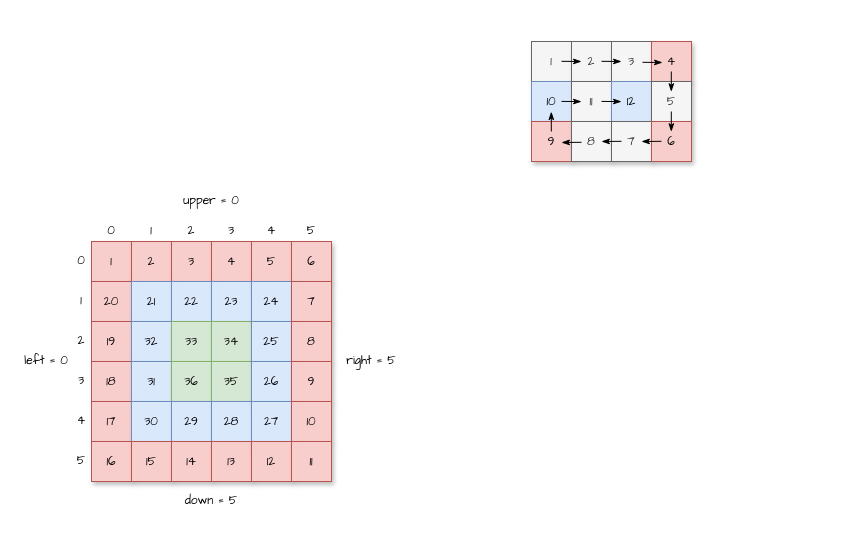
Earlier version of the draw.io diagram draw.io/螺旋矩阵II.drawio (goldknife6/algorithm). Source tidied: cells renumbered, new cells numbered last; positions are measured from the earlier drawing's top-left corner, leaving out a move shared by most shapes. Both pictures are drawn from the tidied source at 100%, with x=0, y=0 at pixel (21, 41).
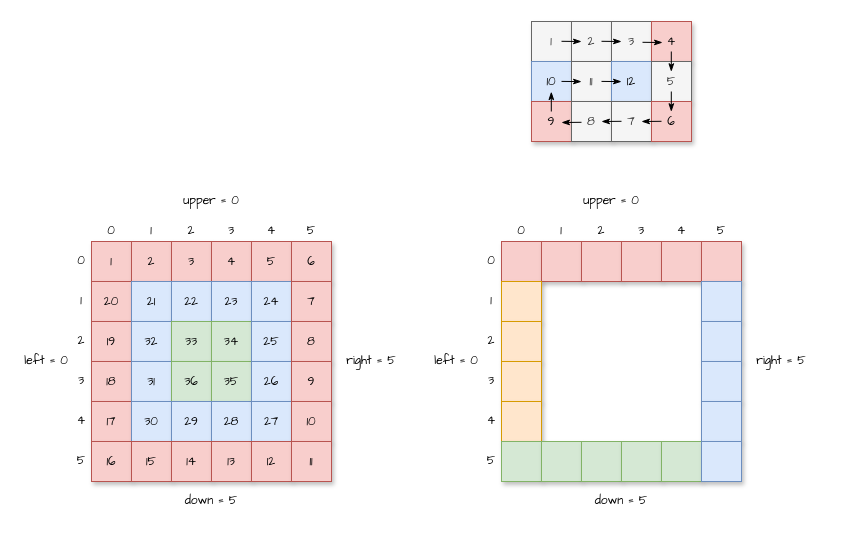
Above is the later version.

Commit message (it also covers changes not shown here):
更新螺旋矩阵II.drawio

Diff of the diagram source:
```diff
@@
     <mxCell id="2" value="&lt;font face=&quot;Comic Sans MS&quot;&gt;1&lt;/font&gt;" style="rounded=0;whiteSpace=wrap;html=1;fillColor=#f5f5f5;fontColor=#333333;strokeColor=#666666;shadow=1;" parent="1" vertex="1">
-      <mxGeometry x="510" width="40" height="40" as="geometry" />
+      <mxGeometry x="510" y="-20" width="40" height="40" as="geometry" />
     </mxCell>
     <mxCell id="3" value="&lt;font face=&quot;Comic Sans MS&quot;&gt;2&lt;/font&gt;" style="rounded=0;whiteSpace=wrap;html=1;fillColor=#f5f5f5;fontColor=#333333;strokeColor=#666666;shadow=1;" parent="1" vertex="1">
-      <mxGeometry x="550" width="40" height="40" as="geometry" />
+      <mxGeometry x="550" y="-20" width="40" height="40" as="geometry" />
     </mxCell>
     <mxCell id="4" value="&lt;font face=&quot;Comic Sans MS&quot;&gt;3&lt;/font&gt;" style="rounded=0;whiteSpace=wrap;html=1;fillColor=#f5f5f5;fontColor=#333333;strokeColor=#666666;shadow=1;" parent="1" vertex="1">
-      <mxGeometry x="590" width="40" height="40" as="geometry" />
+      <mxGeometry x="590" y="-20" width="40" height="40" as="geometry" />
     </mxCell>
     <mxCell id="5" value="&lt;font face=&quot;Comic Sans MS&quot;&gt;4&lt;/font&gt;" style="rounded=0;whiteSpace=wrap;html=1;fillColor=#f8cecc;strokeColor=#b85450;shadow=1;" parent="1" vertex="1">
-      <mxGeometry x="630" width="40" height="40" as="geometry" />
+      <mxGeometry x="630" y="-20" width="40" height="40" as="geometry" />
     </mxCell>
     <mxCell id="6" value="&lt;font face=&quot;Comic Sans MS&quot;&gt;10&lt;/font&gt;" style="rounded=0;whiteSpace=wrap;html=1;fillColor=#dae8fc;strokeColor=#6c8ebf;shadow=1;" parent="1" vertex="1">
-      <mxGeometry x="510" y="40" width="40" height="40" as="geometry" />
+      <mxGeometry x="510" y="20" width="40" height="40" as="geometry" />
     </mxCell>
     <mxCell id="7" value="&lt;font face=&quot;Comic Sans MS&quot;&gt;11&lt;/font&gt;" style="rounded=0;whiteSpace=wrap;html=1;fillColor=#f5f5f5;fontColor=#333333;strokeColor=#666666;shadow=1;" parent="1" vertex="1">
-      <mxGeometry x="550" y="40" width="40" height="40" as="geometry" />
+      <mxGeometry x="550" y="20" width="40" height="40" as="geometry" />
     </mxCell>
     <mxCell id="8" value="&lt;font face=&quot;Comic Sans MS&quot;&gt;12&lt;/font&gt;" style="rounded=0;whiteSpace=wrap;html=1;fillColor=#dae8fc;strokeColor=#6c8ebf;shadow=1;" parent="1" vertex="1">
-      <mxGeometry x="590" y="40" width="40" height="40" as="geometry" />
+      <mxGeometry x="590" y="20" width="40" height="40" as="geometry" />
     </mxCell>
     <mxCell id="9" value="&lt;font face=&quot;Comic Sans MS&quot;&gt;5&lt;/font&gt;" style="rounded=0;whiteSpace=wrap;html=1;fillColor=#f5f5f5;fontColor=#333333;strokeColor=#666666;shadow=1;" parent="1" vertex="1">
-      <mxGeometry x="630" y="40" width="40" height="40" as="geometry" />
+      <mxGeometry x="630" y="20" width="40" height="40" as="geometry" />
     </mxCell>
     <mxCell id="10" value="&lt;font face=&quot;Comic Sans MS&quot;&gt;9&lt;/font&gt;" style="rounded=0;whiteSpace=wrap;html=1;fillColor=#f8cecc;strokeColor=#b85450;shadow=1;" parent="1" vertex="1">
-      <mxGeometry x="510" y="80" width="40" height="40" as="geometry" />
+      <mxGeometry x="510" y="60" width="40" height="40" as="geometry" />
     </mxCell>
     <mxCell id="11" value="&lt;font face=&quot;Comic Sans MS&quot;&gt;8&lt;/font&gt;" style="rounded=0;whiteSpace=wrap;html=1;fillColor=#f5f5f5;fontColor=#333333;strokeColor=#666666;shadow=1;" parent="1" vertex="1">
-      <mxGeometry x="550" y="80" width="40" height="40" as="geometry" />
+      <mxGeometry x="550" y="60" width="40" height="40" as="geometry" />
     </mxCell>
     <mxCell id="12" value="&lt;font face=&quot;Comic Sans MS&quot;&gt;7&lt;/font&gt;" style="rounded=0;whiteSpace=wrap;html=1;fillColor=#f5f5f5;fontColor=#333333;strokeColor=#666666;shadow=1;" parent="1" vertex="1">
-      <mxGeometry x="590" y="80" width="40" height="40" as="geometry" />
+      <mxGeometry x="590" y="60" width="40" height="40" as="geometry" />
     </mxCell>
     <mxCell id="13" value="&lt;font face=&quot;Comic Sans MS&quot;&gt;6&lt;/font&gt;" style="rounded=0;whiteSpace=wrap;html=1;fillColor=#f8cecc;strokeColor=#b85450;shadow=1;" parent="1" vertex="1">
-      <mxGeometry x="630" y="80" width="40" height="40" as="geometry" />
+      <mxGeometry x="630" y="60" width="40" height="40" as="geometry" />
     </mxCell>
     <mxCell id="14" style="endArrow=classicThin;html=1;rounded=0;fontFamily=Comic Sans MS;endFill=1;" parent="1" edge="1">
       <mxGeometry relative="1" as="geometry">
-        <mxPoint x="540" y="19.8" as="sourcePoint" />
-        <mxPoint x="560" y="20" as="targetPoint" />
+        <mxPoint x="540" y="-0.2" as="sourcePoint" />
+        <mxPoint x="560" as="targetPoint" />
       </mxGeometry>
     </mxCell>
     <mxCell id="15" style="endArrow=classicThin;html=1;rounded=0;fontFamily=Comic Sans MS;endFill=1;" parent="1" edge="1">
       <mxGeometry relative="1" as="geometry">
-        <mxPoint x="580" y="19.8" as="sourcePoint" />
-        <mxPoint x="600" y="20" as="targetPoint" />
+        <mxPoint x="580" y="-0.2" as="sourcePoint" />
+        <mxPoint x="600" as="targetPoint" />
       </mxGeometry>
     </mxCell>
     <mxCell id="16" style="endArrow=classicThin;html=1;rounded=0;fontFamily=Comic Sans MS;endFill=1;" parent="1" edge="1">
       <mxGeometry relative="1" as="geometry">
-        <mxPoint x="621" y="20.8" as="sourcePoint" />
-        <mxPoint x="641" y="21" as="targetPoint" />
+        <mxPoint x="621" y="0.8" as="sourcePoint" />
+        <mxPoint x="641" y="1" as="targetPoint" />
       </mxGeometry>
     </mxCell>
     <mxCell id="17" style="endArrow=classicThin;html=1;rounded=0;fontFamily=Comic Sans MS;endFill=1;" parent="1" edge="1">
       <mxGeometry relative="1" as="geometry">
-        <mxPoint x="649.8" y="30" as="sourcePoint" />
-        <mxPoint x="649.8" y="50.2" as="targetPoint" />
+        <mxPoint x="649.8" y="10" as="sourcePoint" />
+        <mxPoint x="649.8" y="30.2" as="targetPoint" />
       </mxGeometry>
     </mxCell>
     <mxCell id="18" style="endArrow=classicThin;html=1;rounded=0;fontFamily=Comic Sans MS;endFill=1;" parent="1" edge="1">
       <mxGeometry relative="1" as="geometry">
-        <mxPoint x="649.8" y="70" as="sourcePoint" />
-        <mxPoint x="649.8" y="90.2" as="targetPoint" />
+        <mxPoint x="649.8" y="50" as="sourcePoint" />
+        <mxPoint x="649.8" y="70.2" as="targetPoint" />
       </mxGeometry>
     </mxCell>
     <mxCell id="19" style="endArrow=classicThin;html=1;rounded=0;fontFamily=Comic Sans MS;endFill=1;" parent="1" edge="1">
       <mxGeometry relative="1" as="geometry">
-        <mxPoint x="640" y="99.8" as="sourcePoint" />
-        <mxPoint x="620" y="100" as="targetPoint" />
+        <mxPoint x="640" y="79.8" as="sourcePoint" />
+        <mxPoint x="620" y="80" as="targetPoint" />
       </mxGeometry>
     </mxCell>
     <mxCell id="20" style="endArrow=classicThin;html=1;rounded=0;fontFamily=Comic Sans MS;endFill=1;" parent="1" edge="1">
       <mxGeometry relative="1" as="geometry">
-        <mxPoint x="600" y="99.8" as="sourcePoint" />
-        <mxPoint x="580" y="100" as="targetPoint" />
+        <mxPoint x="600" y="79.8" as="sourcePoint" />
+        <mxPoint x="580" y="80" as="targetPoint" />
       </mxGeometry>
     </mxCell>
     <mxCell id="21" style="endArrow=classicThin;html=1;rounded=0;fontFamily=Comic Sans MS;endFill=1;" parent="1" edge="1">
       <mxGeometry relative="1" as="geometry">
-        <mxPoint x="560" y="100.8" as="sourcePoint" />
-        <mxPoint x="540" y="101" as="targetPoint" />
+        <mxPoint x="560" y="80.8" as="sourcePoint" />
+        <mxPoint x="540" y="81" as="targetPoint" />
       </mxGeometry>
     </mxCell>
     <mxCell id="22" style="endArrow=classicThin;html=1;rounded=0;fontFamily=Comic Sans MS;endFill=1;" parent="1" edge="1">
       <mxGeometry relative="1" as="geometry">
-        <mxPoint x="529.8" y="90" as="sourcePoint" />
-        <mxPoint x="529.8" y="70.2" as="targetPoint" />
+        <mxPoint x="529.8" y="70" as="sourcePoint" />
+        <mxPoint x="529.8" y="50.2" as="targetPoint" />
       </mxGeometry>
     </mxCell>
     <mxCell id="23" style="endArrow=classicThin;html=1;rounded=0;fontFamily=Comic Sans MS;endFill=1;" parent="1" edge="1">
       <mxGeometry relative="1" as="geometry">
-        <mxPoint x="540" y="59.9" as="sourcePoint" />
-        <mxPoint x="560" y="60.1" as="targetPoint" />
+        <mxPoint x="540" y="39.9" as="sourcePoint" />
+        <mxPoint x="560" y="40.1" as="targetPoint" />
       </mxGeometry>
     </mxCell>
     <mxCell id="24" style="endArrow=classicThin;html=1;rounded=0;fontFamily=Comic Sans MS;endFill=1;" parent="1" edge="1">
       <mxGeometry relative="1" as="geometry">
-        <mxPoint x="580" y="59.9" as="sourcePoint" />
-        <mxPoint x="600" y="60.1" as="targetPoint" />
+        <mxPoint x="580" y="39.9" as="sourcePoint" />
+        <mxPoint x="600" y="40.1" as="targetPoint" />
       </mxGeometry>
     </mxCell>
@@
+    <mxCell id="77" style="rounded=0;whiteSpace=wrap;html=1;fillColor=#f8cecc;strokeColor=#b85450;shadow=1;" parent="1" vertex="1">
+      <mxGeometry x="480" y="200" width="40" height="40" as="geometry" />
+    </mxCell>
+    <mxCell id="78" style="rounded=0;whiteSpace=wrap;html=1;fillColor=#f8cecc;strokeColor=#b85450;shadow=1;" parent="1" vertex="1">
+      <mxGeometry x="520" y="200" width="40" height="40" as="geometry" />
+    </mxCell>
+    <mxCell id="79" style="rounded=0;whiteSpace=wrap;html=1;fillColor=#f8cecc;strokeColor=#b85450;shadow=1;" parent="1" vertex="1">
+      <mxGeometry x="560" y="200" width="40" height="40" as="geometry" />
+    </mxCell>
+    <mxCell id="80" style="rounded=0;whiteSpace=wrap;html=1;fillColor=#f8cecc;strokeColor=#b85450;shadow=1;" parent="1" vertex="1">
+      <mxGeometry x="600" y="200" width="40" height="40" as="geometry" />
+    </mxCell>
+    <mxCell id="81" style="rounded=0;whiteSpace=wrap;html=1;fillColor=#ffe6cc;strokeColor=#d79b00;shadow=1;" parent="1" vertex="1">
+      <mxGeometry x="480" y="240" width="40" height="40" as="geometry" />
+    </mxCell>
+    <mxCell id="82" style="rounded=0;whiteSpace=wrap;html=1;fillColor=#ffe6cc;strokeColor=#d79b00;shadow=1;" parent="1" vertex="1">
+      <mxGeometry x="480" y="280" width="40" height="40" as="geometry" />
+    </mxCell>
+    <mxCell id="83" style="rounded=0;whiteSpace=wrap;html=1;fillColor=#ffe6cc;strokeColor=#d79b00;shadow=1;" parent="1" vertex="1">
+      <mxGeometry x="480" y="320" width="40" height="40" as="geometry" />
+    </mxCell>
+    <mxCell id="84" style="rounded=0;whiteSpace=wrap;html=1;fillColor=#ffe6cc;strokeColor=#d79b00;shadow=1;" parent="1" vertex="1">
+      <mxGeometry x="480" y="360" width="40" height="40" as="geometry" />
+    </mxCell>
+    <mxCell id="85" style="rounded=0;whiteSpace=wrap;html=1;fillColor=#d5e8d4;strokeColor=#82b366;shadow=1;" parent="1" vertex="1">
+      <mxGeometry x="480" y="400" width="40" height="40" as="geometry" />
+    </mxCell>
+    <mxCell id="86" style="rounded=0;whiteSpace=wrap;html=1;fillColor=#d5e8d4;strokeColor=#82b366;shadow=1;" parent="1" vertex="1">
+      <mxGeometry x="520" y="400" width="40" height="40" as="geometry" />
+    </mxCell>
+    <mxCell id="87" style="rounded=0;whiteSpace=wrap;html=1;fillColor=#d5e8d4;strokeColor=#82b366;shadow=1;" parent="1" vertex="1">
+      <mxGeometry x="560" y="400" width="40" height="40" as="geometry" />
+    </mxCell>
+    <mxCell id="88" style="rounded=0;whiteSpace=wrap;html=1;fillColor=#d5e8d4;strokeColor=#82b366;shadow=1;" parent="1" vertex="1">
+      <mxGeometry x="600" y="400" width="40" height="40" as="geometry" />
+    </mxCell>
+    <mxCell id="89" style="rounded=0;whiteSpace=wrap;html=1;fillColor=#f8cecc;strokeColor=#b85450;shadow=1;" parent="1" vertex="1">
+      <mxGeometry x="640" y="200" width="40" height="40" as="geometry" />
+    </mxCell>
+    <mxCell id="90" style="rounded=0;whiteSpace=wrap;html=1;fillColor=#f8cecc;strokeColor=#b85450;shadow=1;" parent="1" vertex="1">
+      <mxGeometry x="680" y="200" width="40" height="40" as="geometry" />
+    </mxCell>
+    <mxCell id="91" style="rounded=0;whiteSpace=wrap;html=1;fillColor=#dae8fc;strokeColor=#6c8ebf;shadow=1;" parent="1" vertex="1">
+      <mxGeometry x="680" y="240" width="40" height="40" as="geometry" />
+    </mxCell>
+    <mxCell id="92" style="rounded=0;whiteSpace=wrap;html=1;fillColor=#dae8fc;strokeColor=#6c8ebf;shadow=1;" parent="1" vertex="1">
+      <mxGeometry x="680" y="280" width="40" height="40" as="geometry" />
+    </mxCell>
+    <mxCell id="93" style="rounded=0;whiteSpace=wrap;html=1;fillColor=#dae8fc;strokeColor=#6c8ebf;shadow=1;" parent="1" vertex="1">
+      <mxGeometry x="680" y="320" width="40" height="40" as="geometry" />
+    </mxCell>
+    <mxCell id="94" style="rounded=0;whiteSpace=wrap;html=1;fillColor=#dae8fc;strokeColor=#6c8ebf;shadow=1;" parent="1" vertex="1">
+      <mxGeometry x="680" y="360" width="40" height="40" as="geometry" />
+    </mxCell>
+    <mxCell id="95" style="rounded=0;whiteSpace=wrap;html=1;fillColor=#d5e8d4;strokeColor=#82b366;shadow=1;" parent="1" vertex="1">
+      <mxGeometry x="640" y="400" width="40" height="40" as="geometry" />
+    </mxCell>
+    <mxCell id="96" style="rounded=0;whiteSpace=wrap;html=1;fillColor=#dae8fc;strokeColor=#6c8ebf;shadow=1;" parent="1" vertex="1">
+      <mxGeometry x="680" y="400" width="40" height="40" as="geometry" />
+    </mxCell>
+    <mxCell id="97" value="right = 5" style="text;html=1;strokeColor=none;fillColor=none;align=center;verticalAlign=middle;whiteSpace=wrap;rounded=0;shadow=1;fontFamily=Comic Sans MS;" parent="1" vertex="1">
+      <mxGeometry x="720" y="300" width="80" height="40" as="geometry" />
+    </mxCell>
+    <mxCell id="98" value="down = 5" style="text;html=1;strokeColor=none;fillColor=none;align=center;verticalAlign=middle;whiteSpace=wrap;rounded=0;shadow=1;fontFamily=Comic Sans MS;" parent="1" vertex="1">
+      <mxGeometry x="560" y="440" width="80" height="40" as="geometry" />
+    </mxCell>
+    <mxCell id="99" value="left = 0" style="text;html=1;strokeColor=none;fillColor=none;align=center;verticalAlign=middle;whiteSpace=wrap;rounded=0;shadow=1;fontFamily=Comic Sans MS;" parent="1" vertex="1">
+      <mxGeometry x="410" y="280" width="50" height="80" as="geometry" />
+    </mxCell>
+    <mxCell id="100" value="0" style="text;html=1;strokeColor=none;fillColor=none;align=center;verticalAlign=middle;whiteSpace=wrap;rounded=0;shadow=1;fontFamily=Comic Sans MS;" parent="1" vertex="1">
+      <mxGeometry x="460" y="200" width="20" height="40" as="geometry" />
+    </mxCell>
+    <mxCell id="101" value="1" style="text;html=1;strokeColor=none;fillColor=none;align=center;verticalAlign=middle;whiteSpace=wrap;rounded=0;shadow=1;fontFamily=Comic Sans MS;" parent="1" vertex="1">
+      <mxGeometry x="460" y="240" width="20" height="40" as="geometry" />
+    </mxCell>
+    <mxCell id="102" value="2" style="text;html=1;strokeColor=none;fillColor=none;align=center;verticalAlign=middle;whiteSpace=wrap;rounded=0;shadow=1;fontFamily=Comic Sans MS;" parent="1" vertex="1">
+      <mxGeometry x="460" y="280" width="20" height="40" as="geometry" />
+    </mxCell>
+    <mxCell id="103" value="3" style="text;html=1;strokeColor=none;fillColor=none;align=center;verticalAlign=middle;whiteSpace=wrap;rounded=0;shadow=1;fontFamily=Comic Sans MS;" parent="1" vertex="1">
+      <mxGeometry x="460" y="320" width="20" height="40" as="geometry" />
+    </mxCell>
+    <mxCell id="104" value="4" style="text;html=1;strokeColor=none;fillColor=none;align=center;verticalAlign=middle;whiteSpace=wrap;rounded=0;shadow=1;fontFamily=Comic Sans MS;" parent="1" vertex="1">
+      <mxGeometry x="460" y="360" width="20" height="40" as="geometry" />
+    </mxCell>
+    <mxCell id="105" value="5" style="text;html=1;strokeColor=none;fillColor=none;align=center;verticalAlign=middle;whiteSpace=wrap;rounded=0;shadow=1;fontFamily=Comic Sans MS;" parent="1" vertex="1">
+      <mxGeometry x="460" y="400" width="20" height="40" as="geometry" />
+    </mxCell>
+    <mxCell id="106" value="0" style="text;html=1;strokeColor=none;fillColor=none;align=center;verticalAlign=middle;whiteSpace=wrap;rounded=0;shadow=1;fontFamily=Comic Sans MS;" parent="1" vertex="1">
+      <mxGeometry x="480" y="180" width="40" height="20" as="geometry" />
+    </mxCell>
+    <mxCell id="107" value="1" style="text;html=1;strokeColor=none;fillColor=none;align=center;verticalAlign=middle;whiteSpace=wrap;rounded=0;shadow=1;fontFamily=Comic Sans MS;" parent="1" vertex="1">
+      <mxGeometry x="520" y="180" width="40" height="20" as="geometry" />
+    </mxCell>
+    <mxCell id="108" value="2" style="text;html=1;strokeColor=none;fillColor=none;align=center;verticalAlign=middle;whiteSpace=wrap;rounded=0;shadow=1;fontFamily=Comic Sans MS;" parent="1" vertex="1">
+      <mxGeometry x="560" y="180" width="40" height="20" as="geometry" />
+    </mxCell>
+    <mxCell id="109" value="3" style="text;html=1;strokeColor=none;fillColor=none;align=center;verticalAlign=middle;whiteSpace=wrap;rounded=0;shadow=1;fontFamily=Comic Sans MS;" parent="1" vertex="1">
+      <mxGeometry x="600" y="180" width="40" height="20" as="geometry" />
+    </mxCell>
+    <mxCell id="110" value="4" style="text;html=1;strokeColor=none;fillColor=none;align=center;verticalAlign=middle;whiteSpace=wrap;rounded=0;shadow=1;fontFamily=Comic Sans MS;" parent="1" vertex="1">
+      <mxGeometry x="640" y="180" width="40" height="20" as="geometry" />
+    </mxCell>
+    <mxCell id="111" value="5" style="text;html=1;strokeColor=none;fillColor=none;align=center;verticalAlign=middle;whiteSpace=wrap;rounded=0;shadow=1;fontFamily=Comic Sans MS;" parent="1" vertex="1">
+      <mxGeometry x="680" y="180" width="40" height="20" as="geometry" />
+    </mxCell>
+    <mxCell id="112" value="upper = 0" style="text;html=1;strokeColor=none;fillColor=none;align=center;verticalAlign=middle;whiteSpace=wrap;rounded=0;shadow=1;fontFamily=Comic Sans MS;" parent="1" vertex="1">
+      <mxGeometry x="550" y="140" width="80" height="40" as="geometry" />
+    </mxCell>
```
